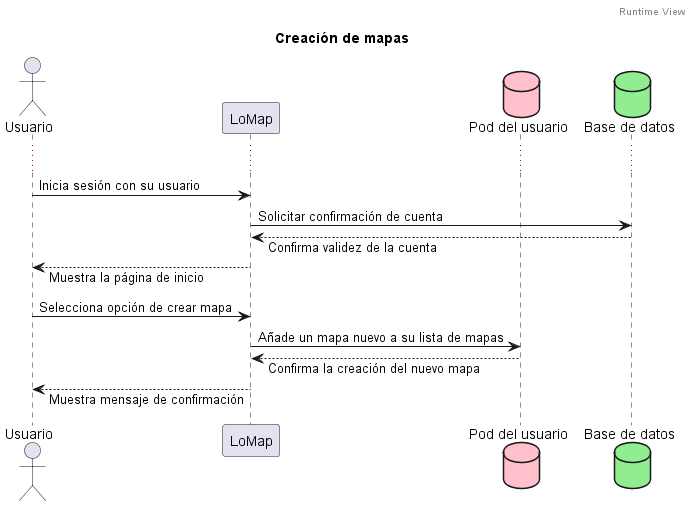
Arquisoft/lomap_es4b keeps this PlantUML diagram as images/Crear mapa.png. Above is the earlier version.
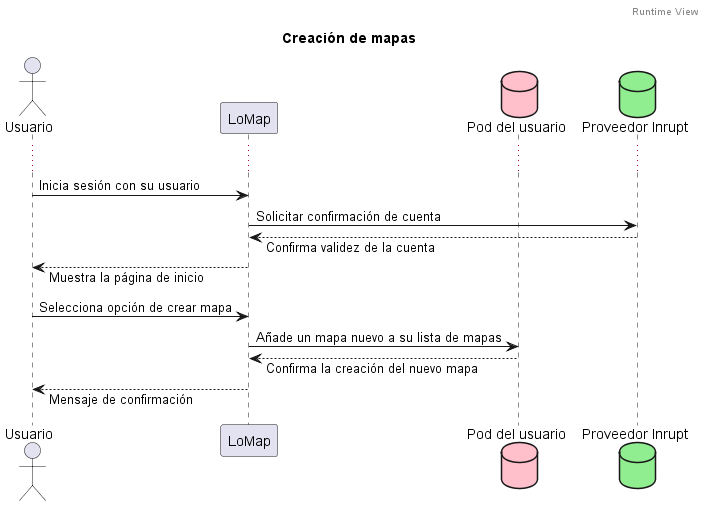
The same diagram one commit later.

What changed in the source:
```diff
@@ -5,7 +5,7 @@
 Actor Usuario
 Participant LoMap
 Database Pod as "Pod del usuario" #pink
-Database DataBase as "Base de datos" #lightgreen
+Database DataBase as "Proveedor Inrupt" #lightgreen
 
 skinparam responseMessageBelowArrow true
 
@@ -23,5 +23,5 @@
 LoMap -> Pod: Añade un mapa nuevo a su lista de mapas
 LoMap <-- Pod: Confirma la creación del nuevo mapa
 
-Usuario <-- LoMap: Muestra mensaje de confirmación
+Usuario <-- LoMap: Mensaje de confirmación
 @enduml
```
